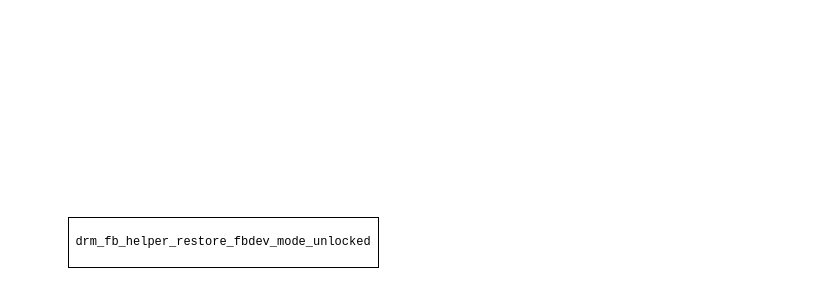
The draw.io diagram org/2024/4/1/xorg-source-code/draws/process.drawio in Allinaent/blog, before the edit. Source tidied: cells renumbered, new cells numbered last; positions are measured from the earlier drawing's top-left corner, leaving out a move shared by most shapes. Both pictures are drawn from the tidied source at 100%, with x=0, y=0 at pixel (68, 217).
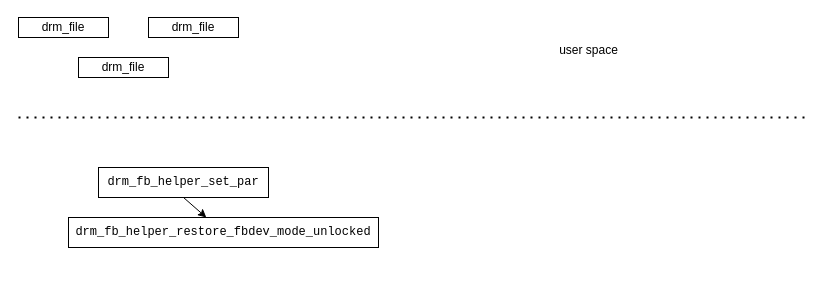
Above is the later version.

Change to the diagram source:
```diff
@@
 <mxGraphModel>
   <root>
     <mxCell id="0" />
     <mxCell id="1" parent="0" />
     <mxCell id="2" value="&lt;pre style=&quot;text-align: start; overflow-wrap: break-word; text-wrap: wrap;&quot;&gt;drm_fb_helper_restore_fbdev_mode_unlocked&lt;/pre&gt;" style="rounded=0;whiteSpace=wrap;html=1;" parent="1" vertex="1">
-      <mxGeometry width="310" height="50" as="geometry" />
+      <mxGeometry width="310" height="30" as="geometry" />
     </mxCell>
+    <mxCell id="3" value="&lt;pre style=&quot;text-align: start; overflow-wrap: break-word; text-wrap: wrap;&quot;&gt;drm_fb_helper_set_par&lt;/pre&gt;" style="rounded=0;whiteSpace=wrap;html=1;" parent="1" vertex="1">
+      <mxGeometry x="30" y="-50" width="170" height="30" as="geometry" />
+    </mxCell>
+    <mxCell id="4" style="endArrow=classic;html=1;rounded=0;exitX=0.5;exitY=1;exitDx=0;exitDy=0;" parent="1" edge="1" source="3" target="2">
+      <mxGeometry relative="1" as="geometry" />
+    </mxCell>
+    <mxCell id="5" value="drm_file" style="rounded=0;whiteSpace=wrap;html=1;" parent="1" vertex="1">
+      <mxGeometry x="-50" y="-200" width="90" height="20" as="geometry" />
+    </mxCell>
+    <mxCell id="6" value="drm_file" style="rounded=0;whiteSpace=wrap;html=1;" parent="1" vertex="1">
+      <mxGeometry x="10" y="-160" width="90" height="20" as="geometry" />
+    </mxCell>
+    <mxCell id="7" value="drm_file" style="rounded=0;whiteSpace=wrap;html=1;" parent="1" vertex="1">
+      <mxGeometry x="80" y="-200" width="90" height="20" as="geometry" />
+    </mxCell>
+    <mxCell id="8" style="endArrow=none;dashed=1;html=1;dashPattern=1 3;strokeWidth=2;rounded=0;" parent="1" edge="1">
+      <mxGeometry relative="1" as="geometry">
+        <mxPoint x="-50" y="-100" as="sourcePoint" />
+        <mxPoint x="740" y="-100" as="targetPoint" />
+      </mxGeometry>
+    </mxCell>
+    <mxCell id="9" value="user space" style="text;html=1;align=center;verticalAlign=middle;strokeColor=none;fillColor=none;" parent="1" vertex="1">
+      <mxGeometry x="480" y="-182" width="80" height="30" as="geometry" />
+    </mxCell>
   </root>
 </mxGraphModel>
```
